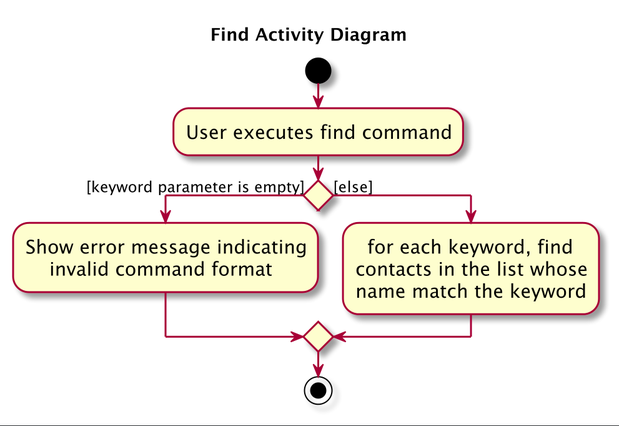
Earlier version of the PlantUML export docs/images/FindActivityDiagram.png (nus-cs2103-AY2425S1/tp). Its source is kept beside it as docs/diagrams/FindActivityDiagram.puml.
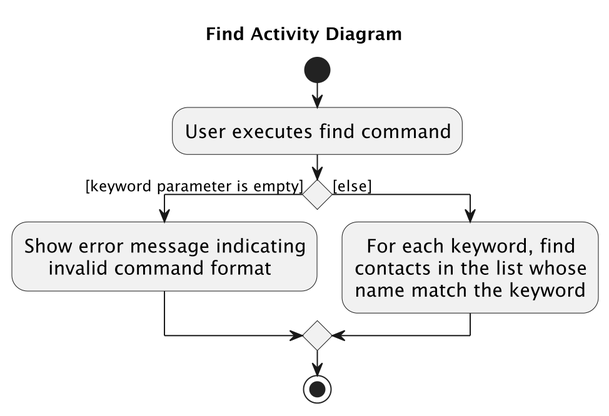
Above is the later version.

Change to the diagram source:
```diff
@@ -1,6 +1,5 @@
 @startuml
 title Find Activity Diagram
-skin rose
 skinparam ActivityFontSize 15
 skinparam ArrowFontSize 12
 start
@@ -11,7 +10,7 @@
     :Show error message indicating
         invalid command format;
 else ([else])
-     :  for each keyword, find
+     :  For each keyword, find
      contacts in the list whose
      name match the keyword;
 endif
```
